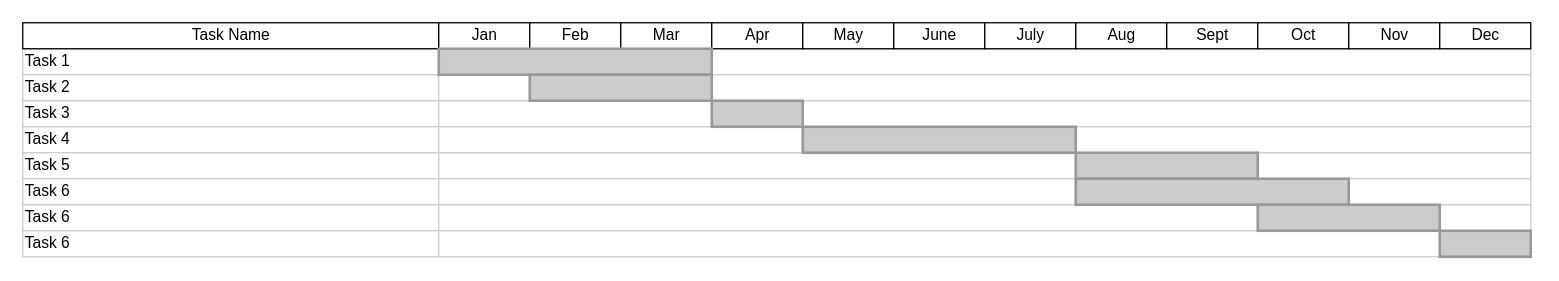
The draw.io diagram 未命名绘图.drawio in Gannju/remote-repo, before the edit. Source tidied: cells renumbered, new cells numbered last; positions are measured from the earlier drawing's top-left corner, leaving out a move shared by most shapes. Both pictures are drawn from the tidied source at 130%, with x=0, y=0 at pixel (22, 22).
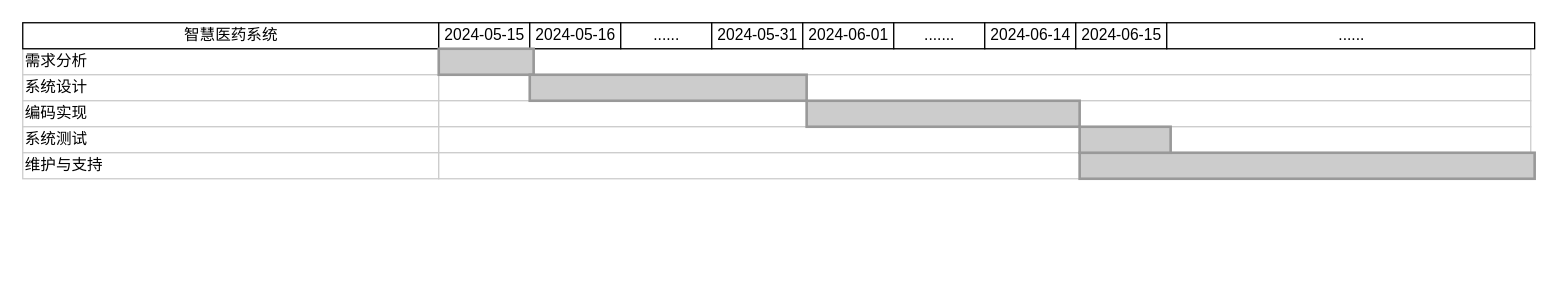
Above is the later version.

Commit message:
更新未命名绘图.drawio

What changed in the source:
```diff
@@
-    <mxCell id="2" value="Task 1" style="align=left;strokeColor=#CCCCCC;html=1;" parent="1" vertex="1">
+    <mxCell id="2" value="需求分析" style="align=left;strokeColor=#CCCCCC;html=1;" parent="1" vertex="1">
       <mxGeometry y="20" width="320" height="20" as="geometry" />
     </mxCell>
-    <mxCell id="3" value="Task 2" style="align=left;strokeColor=#CCCCCC;html=1;" parent="1" vertex="1">
+    <mxCell id="3" value="系统设计" style="align=left;strokeColor=#CCCCCC;html=1;" parent="1" vertex="1">
       <mxGeometry y="40" width="320" height="20" as="geometry" />
     </mxCell>
-    <mxCell id="4" value="Task 3" style="align=left;strokeColor=#CCCCCC;html=1;" parent="1" vertex="1">
+    <mxCell id="4" value="编码实现" style="align=left;strokeColor=#CCCCCC;html=1;" parent="1" vertex="1">
       <mxGeometry y="60" width="320" height="20" as="geometry" />
     </mxCell>
-    <mxCell id="5" value="Task 4" style="align=left;strokeColor=#CCCCCC;html=1;" parent="1" vertex="1">
+    <mxCell id="5" value="系统测试" style="align=left;strokeColor=#CCCCCC;html=1;" parent="1" vertex="1">
       <mxGeometry y="80" width="320" height="20" as="geometry" />
     </mxCell>
-    <mxCell id="6" value="Task 5" style="align=left;strokeColor=#CCCCCC;html=1;" parent="1" vertex="1">
+    <mxCell id="6" value="维护与支持" style="align=left;strokeColor=#CCCCCC;html=1;" parent="1" vertex="1">
       <mxGeometry y="100" width="320" height="20" as="geometry" />
     </mxCell>
-    <mxCell id="7" value="Task 6" style="align=left;strokeColor=#CCCCCC;html=1;" parent="1" vertex="1">
-      <mxGeometry y="120" width="320" height="20" as="geometry" />
-    </mxCell>
-    <mxCell id="8" value="Task Name" style="strokeWidth=1;fontStyle=0;html=1;" parent="1" vertex="1">
+    <mxCell id="8" value="智慧医药系统" style="strokeWidth=1;fontStyle=0;html=1;" parent="1" vertex="1">
       <mxGeometry width="320" height="20" as="geometry" />
     </mxCell>
-    <mxCell id="9" value="Task 6" style="align=left;strokeColor=#CCCCCC;html=1;" parent="1" vertex="1">
-      <mxGeometry y="140" width="320" height="20" as="geometry" />
-    </mxCell>
-    <mxCell id="10" value="Task 6" style="align=left;strokeColor=#CCCCCC;html=1;" parent="1" vertex="1">
-      <mxGeometry y="160" width="320" height="20" as="geometry" />
-    </mxCell>
@@
-    <mxCell id="12" value="Jan" style="strokeWidth=1;fontStyle=0;html=1;" parent="1" vertex="1">
+    <mxCell id="12" value="2024-05-15" style="strokeWidth=1;fontStyle=0;html=1;" parent="1" vertex="1">
       <mxGeometry x="320" width="70" height="20" as="geometry" />
     </mxCell>
-    <mxCell id="13" value="Feb" style="strokeWidth=1;fontStyle=0;html=1;" parent="1" vertex="1">
+    <mxCell id="13" value="2024-05-16" style="strokeWidth=1;fontStyle=0;html=1;" parent="1" vertex="1">
       <mxGeometry x="390" width="70" height="20" as="geometry" />
     </mxCell>
-    <mxCell id="14" value="Mar" style="strokeWidth=1;fontStyle=0;html=1;" parent="1" vertex="1">
+    <mxCell id="14" value="......" style="strokeWidth=1;fontStyle=0;html=1;" parent="1" vertex="1">
       <mxGeometry x="460" width="70" height="20" as="geometry" />
     </mxCell>
-    <mxCell id="15" value="Apr" style="strokeWidth=1;fontStyle=0;html=1;" parent="1" vertex="1">
+    <mxCell id="15" value="2024-05-31" style="strokeWidth=1;fontStyle=0;html=1;" parent="1" vertex="1">
       <mxGeometry x="530" width="70" height="20" as="geometry" />
     </mxCell>
-    <mxCell id="16" value="May" style="strokeWidth=1;fontStyle=0;html=1;" parent="1" vertex="1">
+    <mxCell id="16" value="2024-06-01" style="strokeWidth=1;fontStyle=0;html=1;" parent="1" vertex="1">
       <mxGeometry x="600" width="70" height="20" as="geometry" />
     </mxCell>
-    <mxCell id="17" value="June" style="strokeWidth=1;fontStyle=0;html=1;" parent="1" vertex="1">
+    <mxCell id="17" value="......." style="strokeWidth=1;fontStyle=0;html=1;" parent="1" vertex="1">
       <mxGeometry x="670" width="70" height="20" as="geometry" />
     </mxCell>
-    <mxCell id="18" value="July" style="strokeWidth=1;fontStyle=0;html=1;" parent="1" vertex="1">
+    <mxCell id="18" value="2024-06-14" style="strokeWidth=1;fontStyle=0;html=1;" parent="1" vertex="1">
       <mxGeometry x="740" width="70" height="20" as="geometry" />
     </mxCell>
-    <mxCell id="19" value="Aug" style="strokeWidth=1;fontStyle=0;html=1;" parent="1" vertex="1">
+    <mxCell id="19" value="2024-06-15" style="strokeWidth=1;fontStyle=0;html=1;" parent="1" vertex="1">
       <mxGeometry x="810" width="70" height="20" as="geometry" />
     </mxCell>
-    <mxCell id="20" value="Sept" style="strokeWidth=1;fontStyle=0;html=1;" parent="1" vertex="1">
-      <mxGeometry x="880" width="70" height="20" as="geometry" />
+    <mxCell id="20" value="......" style="strokeWidth=1;fontStyle=0;html=1;" parent="1" vertex="1">
+      <mxGeometry x="880" width="283" height="20" as="geometry" />
     </mxCell>
-    <mxCell id="21" value="Oct" style="strokeWidth=1;fontStyle=0;html=1;" parent="1" vertex="1">
-      <mxGeometry x="950" width="70" height="20" as="geometry" />
-    </mxCell>
-    <mxCell id="22" value="Nov" style="strokeWidth=1;fontStyle=0;html=1;" parent="1" vertex="1">
-      <mxGeometry x="1020" width="70" height="20" as="geometry" />
-    </mxCell>
-    <mxCell id="23" value="Dec" style="strokeWidth=1;fontStyle=0;html=1;" parent="1" vertex="1">
-      <mxGeometry x="1090" width="70" height="20" as="geometry" />
-    </mxCell>
@@
-    <mxCell id="28" style="align=left;strokeColor=#CCCCCC;html=1;" parent="1" vertex="1">
-      <mxGeometry x="320" y="120" width="840" height="20" as="geometry" />
-    </mxCell>
-    <mxCell id="29" style="align=left;strokeColor=#CCCCCC;html=1;" parent="1" vertex="1">
-      <mxGeometry x="320" y="140" width="840" height="20" as="geometry" />
-    </mxCell>
-    <mxCell id="30" style="align=left;strokeColor=#CCCCCC;html=1;" parent="1" vertex="1">
-      <mxGeometry x="320" y="160" width="840" height="20" as="geometry" />
-    </mxCell>
     <mxCell id="31" style="whiteSpace=wrap;html=1;strokeWidth=2;fillColor=#CCCCCC;gradientColor=none;fontSize=14;align=center;strokeColor=#999999;" parent="1" vertex="1">
-      <mxGeometry x="320" y="20" width="210" height="20" as="geometry" />
+      <mxGeometry x="320" y="20" width="73" height="20" as="geometry" />
     </mxCell>
     <mxCell id="32" style="whiteSpace=wrap;html=1;strokeWidth=2;fillColor=#CCCCCC;gradientColor=none;fontSize=14;align=center;strokeColor=#999999;" parent="1" vertex="1">
-      <mxGeometry x="390" y="40" width="140" height="20" as="geometry" />
+      <mxGeometry x="390" y="40" width="213" height="20" as="geometry" />
     </mxCell>
-    <mxCell id="33" style="whiteSpace=wrap;html=1;strokeWidth=2;fillColor=#CCCCCC;gradientColor=none;fontSize=14;align=center;strokeColor=#999999;" parent="1" vertex="1">
-      <mxGeometry x="530" y="60" width="70" height="20" as="geometry" />
-    </mxCell>
     <mxCell id="34" style="whiteSpace=wrap;html=1;strokeWidth=2;fillColor=#CCCCCC;gradientColor=none;fontSize=14;align=center;strokeColor=#999999;" parent="1" vertex="1">
-      <mxGeometry x="600" y="80" width="210" height="20" as="geometry" />
+      <mxGeometry x="603" y="60" width="210" height="20" as="geometry" />
     </mxCell>
     <mxCell id="35" style="whiteSpace=wrap;html=1;strokeWidth=2;fillColor=#CCCCCC;gradientColor=none;fontSize=14;align=center;strokeColor=#999999;" parent="1" vertex="1">
-      <mxGeometry x="810" y="100" width="140" height="20" as="geometry" />
+      <mxGeometry x="813" y="100" width="350" height="20" as="geometry" />
     </mxCell>
-    <mxCell id="36" style="whiteSpace=wrap;html=1;strokeWidth=2;fillColor=#CCCCCC;gradientColor=none;fontSize=14;align=center;strokeColor=#999999;" parent="1" vertex="1">
-      <mxGeometry x="810" y="120" width="210" height="20" as="geometry" />
-    </mxCell>
-    <mxCell id="37" style="whiteSpace=wrap;html=1;strokeWidth=2;fillColor=#CCCCCC;gradientColor=none;fontSize=14;align=center;strokeColor=#999999;" parent="1" vertex="1">
-      <mxGeometry x="950" y="140" width="140" height="20" as="geometry" />
-    </mxCell>
-    <mxCell id="38" style="whiteSpace=wrap;html=1;strokeWidth=2;fillColor=#CCCCCC;gradientColor=none;fontSize=14;align=center;strokeColor=#999999;" parent="1" vertex="1">
-      <mxGeometry x="1090" y="160" width="70" height="20" as="geometry" />
-    </mxCell>
+    <mxCell id="39" style="whiteSpace=wrap;html=1;strokeWidth=2;fillColor=#CCCCCC;gradientColor=none;fontSize=14;align=center;strokeColor=#999999;" parent="1" vertex="1">
+      <mxGeometry x="813" y="80" width="70" height="20" as="geometry" />
+    </mxCell>
```
